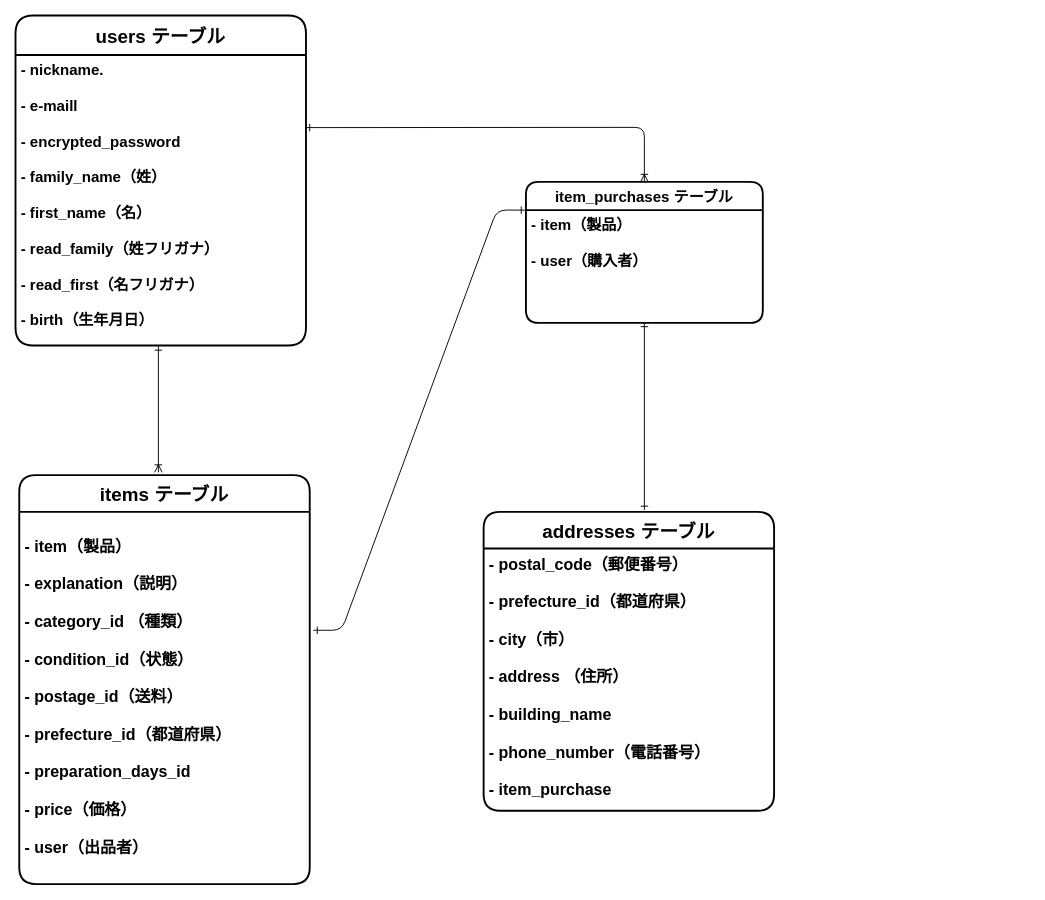
Before: furima.dio in kinyasunori/furima-37882, a draw.io diagram. Source tidied: cells renumbered, new cells numbered last; positions are measured from the earlier drawing's top-left corner, leaving out a move shared by most shapes. Both pictures are drawn from the tidied source at 94%, with x=0, y=0 at pixel (15, 15).
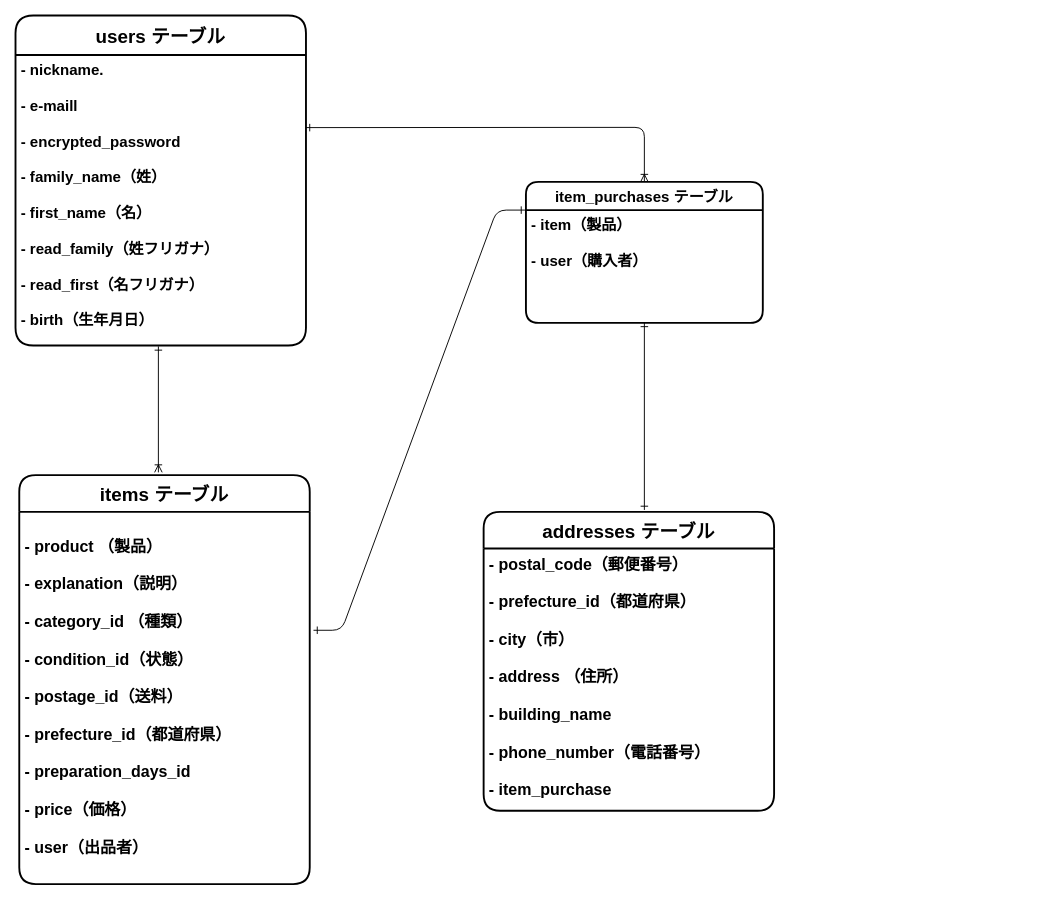
The same page after the edit.

The change refers to these unchanged cells:
```xml
<mxCell id="5" value="items テーブル" style="swimlane;horizontal=1;startSize=39;rounded=1;fontSize=20;fontStyle=1;strokeWidth=2;shadow=0;dashed=0;align=center;" parent="1" vertex="1">
  <mxGeometry x="4" y="489" width="309" height="435" as="geometry" />
</mxCell>
```

Change to the diagram source:
```diff
@@
-    <mxCell id="7" value="                                                                             &#10;- item（製品）&#10;&#10;- explanation（説明）                                                                   &#10;&#10;- category_id （種類）                                                                         &#10;&#10;- condition_id（状態）  &#10;&#10;- postage_id（送料）                                                              &#10;&#10;- prefecture_id（都道府県）                                                               &#10;&#10;- preparation_days_id                                                               &#10;&#10;- price（価格）                                        &#10;&#10;- user（出品者）                                      &#10;                                                     &#10;                                          &#10;                                                          &#10;                                    &#10;                                                          &#10;                                     &#10;                                                        &#10;                  &#10;&#10;" style="align=left;strokeColor=none;fillColor=none;spacingLeft=4;fontSize=17;verticalAlign=top;fontStyle=1;" parent="5" vertex="1">
+    <mxCell id="7" value="                                                                             &#10;- product （製品）&#10;&#10;- explanation（説明）                                                                   &#10;&#10;- category_id （種類）                                                                         &#10;&#10;- condition_id（状態）  &#10;&#10;- postage_id（送料）                                                              &#10;&#10;- prefecture_id（都道府県）                                                               &#10;&#10;- preparation_days_id                                                               &#10;&#10;- price（価格）                                        &#10;&#10;- user（出品者）                                      &#10;                                                     &#10;                                          &#10;                                                          &#10;                                    &#10;                                                          &#10;                                     &#10;                                                        &#10;                  &#10;&#10;" style="align=left;strokeColor=none;fillColor=none;spacingLeft=4;fontSize=17;verticalAlign=top;fontStyle=1;" parent="5" vertex="1">
       <mxGeometry y="39" width="309" height="396" as="geometry" />
     </mxCell>
```
